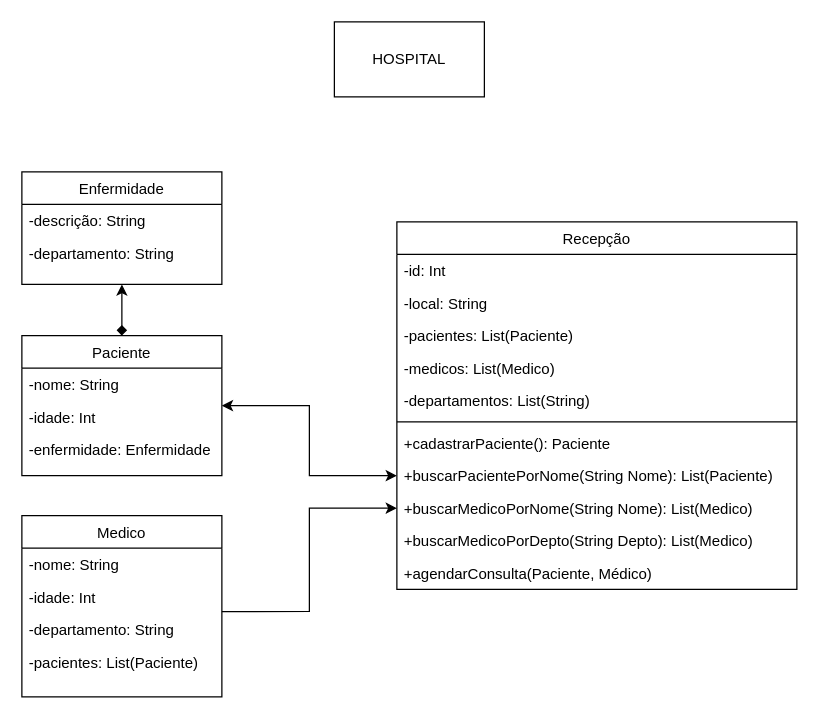
Before: Engenharia de Software/sistema_uml.drawio in aleclr/bertoti, a draw.io diagram. Source tidied: cells renumbered, new cells numbered last; positions are measured from the earlier drawing's top-left corner, leaving out a move shared by most shapes. Both pictures are drawn from the tidied source at 125%, with x=0, y=0 at pixel (21, 21).
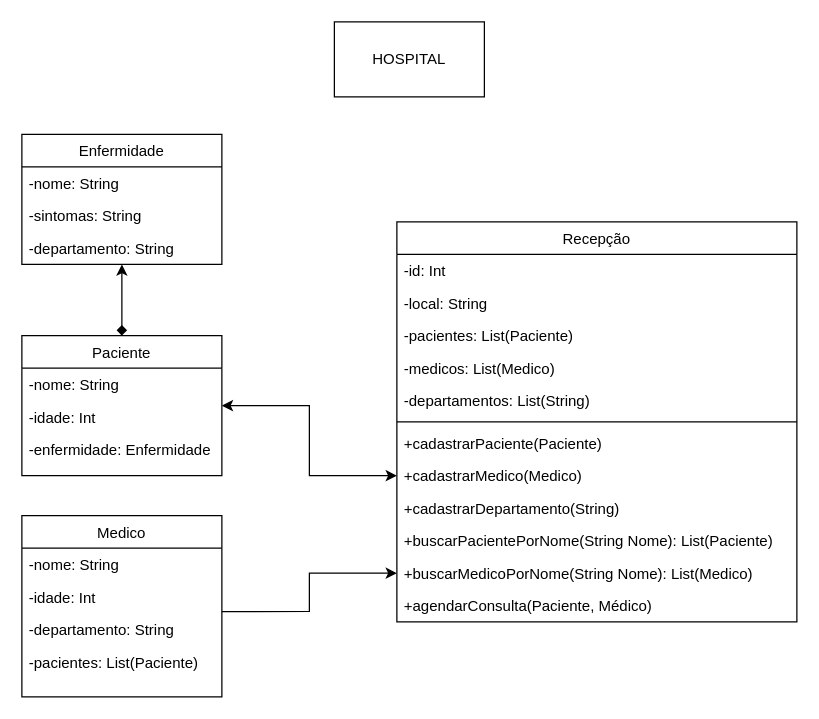
Above is the later version.

Commit message (it also covers changes not shown here):
update no diagrama de classes

Unchanged cells that the change refers to:
```xml
<mxCell id="4" value="Paciente" style="swimlane;fontStyle=0;align=center;verticalAlign=top;horizontal=1;startSize=26;rounded=0;shadow=0;strokeWidth=1;" parent="1" vertex="1">
  <mxGeometry y="251" width="160" height="112" as="geometry" />
</mxCell>
```

What changed in the source:
```diff
@@
-    <mxCell id="3" style="edgeStyle=orthogonalEdgeStyle;rounded=0;jettySize=auto;html=1;entryX=0;entryY=0.5;entryDx=0;entryDy=0;startArrow=classic;startFill=1;" parent="1" edge="1" source="4" target="16">
+    <mxCell id="3" style="edgeStyle=orthogonalEdgeStyle;rounded=0;jettySize=auto;html=1;entryX=0;entryY=0.5;entryDx=0;entryDy=0;startArrow=classic;startFill=1;" parent="1" edge="1" source="4" target="18">
       <mxGeometry relative="1" as="geometry" />
     </mxCell>
@@
     <mxCell id="8" value="Recepção" style="swimlane;fontStyle=0;align=center;verticalAlign=top;horizontal=1;startSize=26;rounded=0;shadow=0;strokeWidth=1;" parent="1" vertex="1">
-      <mxGeometry x="300" y="160" width="320" height="294" as="geometry" />
+      <mxGeometry x="300" y="160" width="320" height="320" as="geometry" />
     </mxCell>
@@
-    <mxCell id="15" value="+cadastrarPaciente(): Paciente" style="text;align=left;verticalAlign=top;spacingLeft=4;spacingRight=4;overflow=hidden;" parent="8" vertex="1">
+    <mxCell id="15" value="+cadastrarPaciente(Paciente)" style="text;align=left;verticalAlign=top;spacingLeft=4;spacingRight=4;overflow=hidden;" parent="8" vertex="1">
       <mxGeometry y="164" width="320" height="26" as="geometry" />
     </mxCell>
+    <mxCell id="18" value="+cadastrarMedico(Medico)" style="text;align=left;verticalAlign=top;spacingLeft=4;spacingRight=4;overflow=hidden;points=[[0,0.5],[1,0.5]];portConstraint=eastwest;" parent="8" vertex="1">
+      <mxGeometry y="190" width="320" height="26" as="geometry" />
+    </mxCell>
+    <mxCell id="30" value="+cadastrarDepartamento(String)" style="text;align=left;verticalAlign=top;spacingLeft=4;spacingRight=4;overflow=hidden;" parent="8" vertex="1">
+      <mxGeometry y="216" width="320" height="26" as="geometry" />
+    </mxCell>
     <mxCell id="16" value="+buscarPacientePorNome(String Nome): List(Paciente)" style="text;align=left;verticalAlign=top;spacingLeft=4;spacingRight=4;overflow=hidden;points=[[0,0.5],[1,0.5]];portConstraint=eastwest;" parent="8" vertex="1">
-      <mxGeometry y="190" width="320" height="26" as="geometry" />
+      <mxGeometry y="242" width="320" height="26" as="geometry" />
     </mxCell>
     <mxCell id="17" value="+buscarMedicoPorNome(String Nome): List(Medico)" style="text;align=left;verticalAlign=top;spacingLeft=4;spacingRight=4;overflow=hidden;points=[[0,0.5],[1,0.5]];portConstraint=eastwest;" parent="8" vertex="1">
-      <mxGeometry y="216" width="320" height="26" as="geometry" />
+      <mxGeometry y="268" width="320" height="26" as="geometry" />
     </mxCell>
-    <mxCell id="18" value="+buscarMedicoPorDepto(String Depto): List(Medico)" style="text;align=left;verticalAlign=top;spacingLeft=4;spacingRight=4;overflow=hidden;points=[[0,0.5],[1,0.5]];portConstraint=eastwest;" parent="8" vertex="1">
-      <mxGeometry y="242" width="320" height="26" as="geometry" />
-    </mxCell>
     <mxCell id="19" value="+agendarConsulta(Paciente, Médico)" style="text;align=left;verticalAlign=top;spacingLeft=4;spacingRight=4;overflow=hidden;" parent="8" vertex="1">
-      <mxGeometry y="268" width="320" height="26" as="geometry" />
+      <mxGeometry y="294" width="320" height="26" as="geometry" />
     </mxCell>
@@
     <mxCell id="27" value="Enfermidade" style="swimlane;fontStyle=0;align=center;verticalAlign=top;horizontal=1;startSize=26;rounded=0;shadow=0;strokeWidth=1;" parent="1" vertex="1">
-      <mxGeometry y="120" width="160" height="90" as="geometry" />
+      <mxGeometry y="90" width="160" height="104" as="geometry" />
     </mxCell>
-    <mxCell id="28" value="-descrição: String" style="text;align=left;verticalAlign=top;spacingLeft=4;spacingRight=4;overflow=hidden;" parent="27" vertex="1">
+    <mxCell id="28" value="-nome: String" style="text;align=left;verticalAlign=top;spacingLeft=4;spacingRight=4;overflow=hidden;" parent="27" vertex="1">
       <mxGeometry y="26" width="160" height="26" as="geometry" />
     </mxCell>
+    <mxCell id="31" value="-sintomas: String" style="text;align=left;verticalAlign=top;spacingLeft=4;spacingRight=4;overflow=hidden;" parent="27" vertex="1">
+      <mxGeometry y="52" width="160" height="26" as="geometry" />
+    </mxCell>
     <mxCell id="29" value="-departamento: String" style="text;align=left;verticalAlign=top;spacingLeft=4;spacingRight=4;overflow=hidden;rounded=0;shadow=0;html=0;" parent="27" vertex="1">
-      <mxGeometry y="52" width="160" height="26" as="geometry" />
+      <mxGeometry y="78" width="160" height="26" as="geometry" />
     </mxCell>
```
